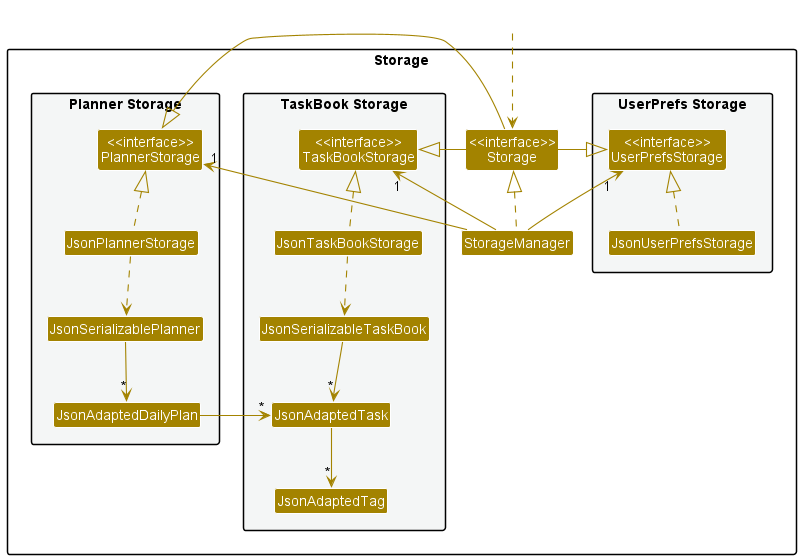
Above: docs/images/StorageClassDiagram.png in nus-cs2103-AY2223S2/tp (PlantUML), before the change.
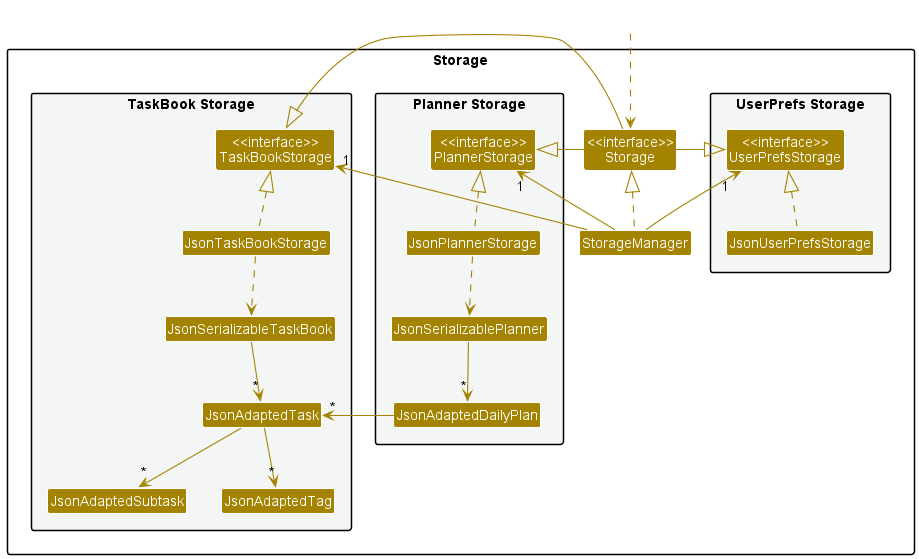
The same file after the commit.

Commit message:
Modifies the storage diagram to reflect subtask

The edit, as a diff of the source:
```diff
@@ -19,6 +19,7 @@
 Class JsonTaskBookStorage
 Class JsonSerializableTaskBook
 Class JsonAdaptedTask
+Class JsonAdaptedSubtask
 Class JsonAdaptedTag
 }
 
@@ -43,12 +44,14 @@
 Storage -right-|> TaskBookStorage
 Storage -right-|> PlannerStorage
 
+
 UserPrefsStorage -[hidden]down|>StorageManager
 JsonUserPrefsStorage .up.|> UserPrefsStorage
 JsonTaskBookStorage .up.|> TaskBookStorage
 JsonTaskBookStorage ..> JsonSerializableTaskBook
 JsonSerializableTaskBook --> "*" JsonAdaptedTask
 JsonAdaptedTask --> "*" JsonAdaptedTag
+JsonAdaptedTask --> "*" JsonAdaptedSubtask
 
 TaskBookStorage -[hidden]up|> PlannerStorage
 
```
